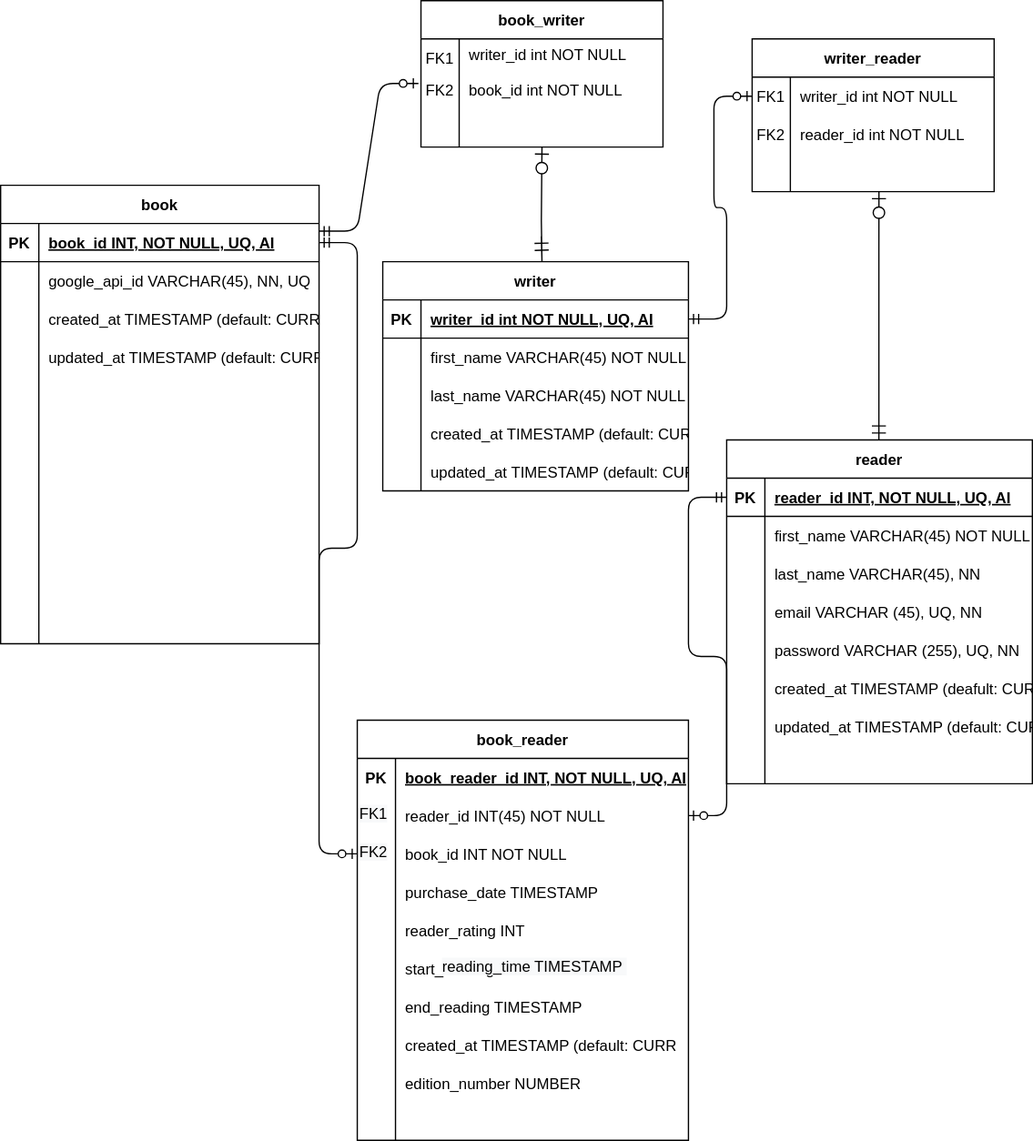
Above: Documents/Data_Base_Diagram.svg in CristianaCostaPereira/BooketList (draw.io), before the change. Source tidied: cells renumbered, new cells last; positions are measured from the earlier drawing's top-left corner, leaving out a move shared by most shapes.
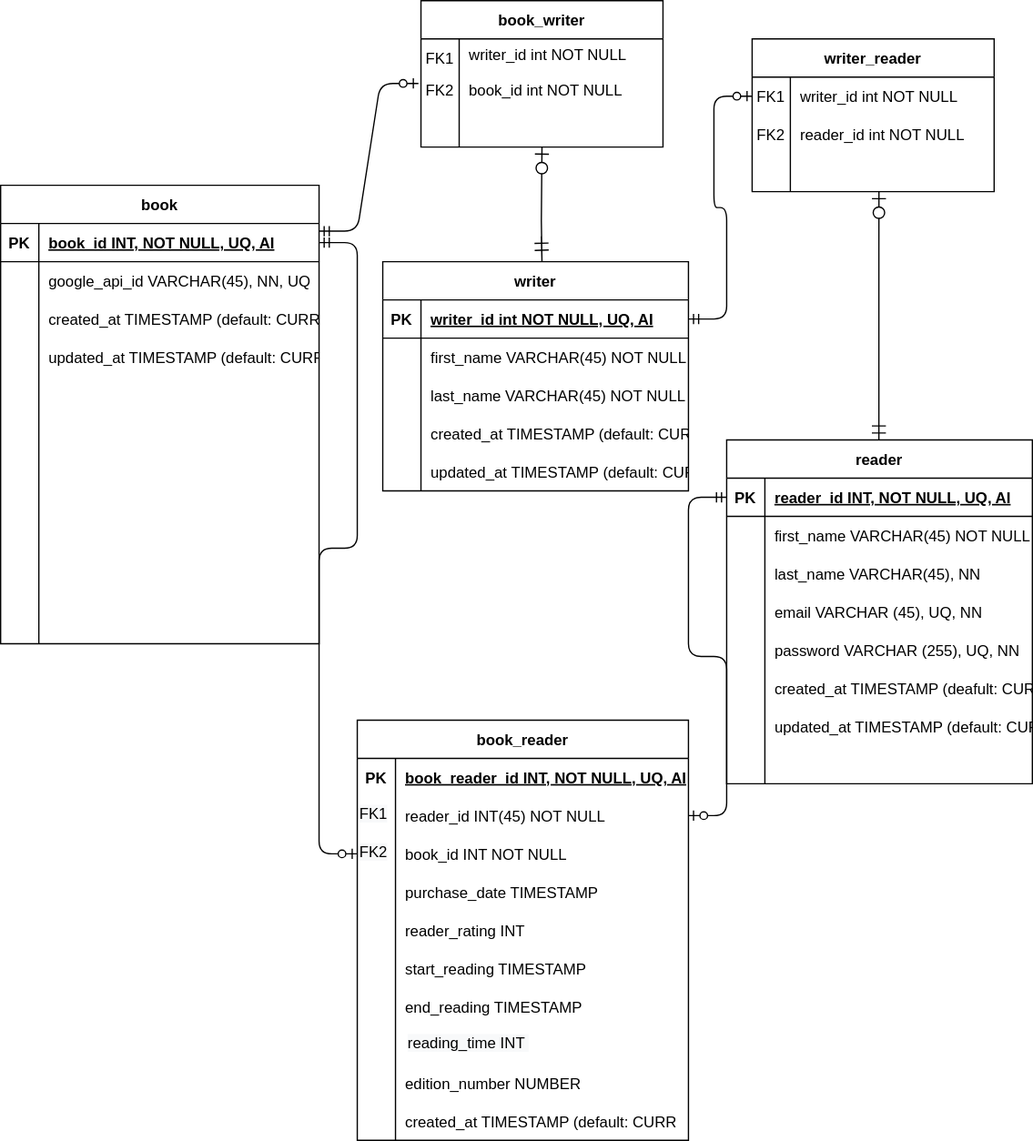
Above is the later version.

Change to the diagram source:
```diff
@@ -415,14 +415,14 @@
     <mxCell id="134" value="updated_at TIMESTAMP (default: CURRENT_TIMESTAMP ON UPDATE CURRENT_TIMESTAMP)" style="shape=partialRectangle;overflow=hidden;fillColor=none;top=0;left=0;bottom=0;right=0;align=left;spacingLeft=6;" parent="1" vertex="1">
       <mxGeometry x="330" y="355" width="210" height="30" as="geometry" />
     </mxCell>
-    <mxCell id="135" value="&lt;span style=&quot;color: rgb(0 , 0 , 0) ; font-family: &amp;#34;helvetica&amp;#34; ; font-size: 12px ; font-style: normal ; font-weight: 400 ; letter-spacing: normal ; text-align: left ; text-indent: 0px ; text-transform: none ; word-spacing: 0px ; background-color: rgb(248 , 249 , 250) ; display: inline ; float: none&quot;&gt;reading_time TIMESTAMP&amp;nbsp;&lt;/span&gt;" style="text;whiteSpace=wrap;html=1;" parent="1" vertex="1">
-      <mxGeometry x="345" y="745" width="180" height="30" as="geometry" />
+    <mxCell id="135" value="&lt;span style=&quot;color: rgb(0 , 0 , 0) ; font-family: &amp;#34;helvetica&amp;#34; ; font-size: 12px ; font-style: normal ; font-weight: 400 ; letter-spacing: normal ; text-align: left ; text-indent: 0px ; text-transform: none ; word-spacing: 0px ; background-color: rgb(248 , 249 , 250) ; display: inline ; float: none&quot;&gt;reading_time INT&amp;nbsp;&lt;/span&gt;" style="text;whiteSpace=wrap;html=1;" parent="1" vertex="1">
+      <mxGeometry x="318" y="805" width="180" height="30" as="geometry" />
     </mxCell>
     <mxCell id="136" value="PK" style="shape=partialRectangle;overflow=hidden;fillColor=none;top=0;left=0;bottom=0;right=0;fontStyle=1;" parent="1" vertex="1">
       <mxGeometry x="280" y="595" width="30" height="30" as="geometry" />
     </mxCell>
     <mxCell id="137" value="created_at TIMESTAMP (default: CURRENT_TIMESTAMP)" style="shape=partialRectangle;overflow=hidden;fillColor=none;top=0;left=0;bottom=0;right=0;align=left;spacingLeft=6;" parent="1" vertex="1">
-      <mxGeometry x="310" y="805" width="220" height="30" as="geometry" />
+      <mxGeometry x="310" y="865" width="220" height="30" as="geometry" />
     </mxCell>
   </root>
 </mxGraphModel>
```
